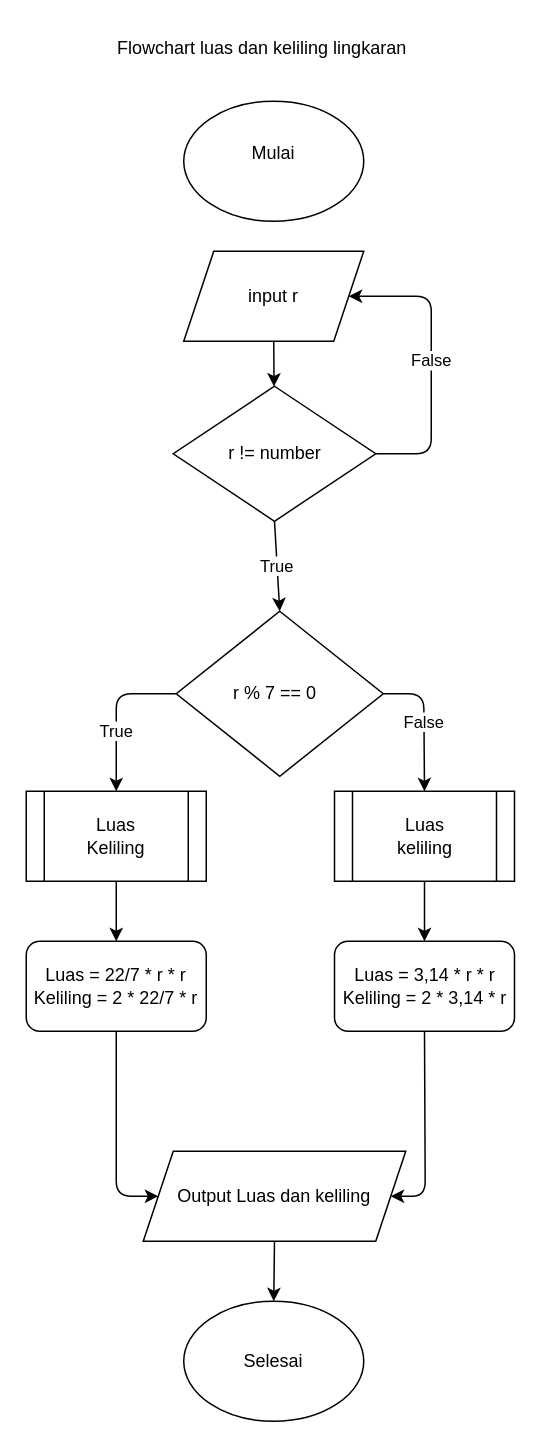
Earlier version of the draw.io diagram page "Flowchart luas dan keliling lingkaran" (2 of 2) of tugas5.drawio (wisnu318/fwg17-computer-science). Source tidied: cells renumbered, new cells numbered last; positions are measured from the earlier drawing's top-left corner, leaving out a move shared by most shapes. Both pictures are drawn from the tidied source at 150%, with x=0, y=0 at pixel (26, 26).
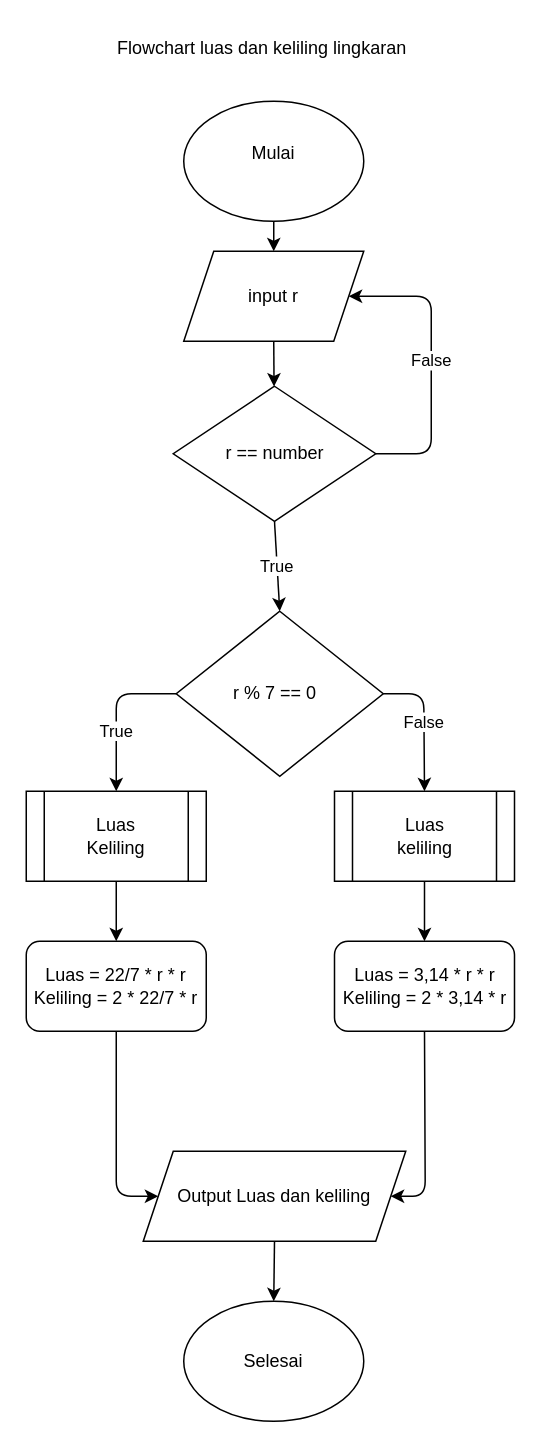
Above is the later version.

The change refers to these unchanged cells:
```xml
<mxCell id="3" style="ellipse;whiteSpace=wrap;html=1;" parent="1" vertex="1">
  <mxGeometry x="105" y="50" width="120" height="80" as="geometry" />
</mxCell>
<mxCell id="6" style="shape=parallelogram;perimeter=parallelogramPerimeter;whiteSpace=wrap;html=1;fixedSize=1;" parent="1" vertex="1">
  <mxGeometry x="105" y="150" width="120" height="60" as="geometry" />
</mxCell>
```

Diff of the diagram source:
```diff
@@
+    <mxCell id="27" style="edgeStyle=none;html=1;exitX=0.5;exitY=1;exitDx=0;exitDy=0;entryX=0.5;entryY=0;entryDx=0;entryDy=0;" parent="1" edge="1" source="3" target="6">
+      <mxGeometry relative="1" as="geometry" />
+    </mxCell>
@@
-    <mxCell id="17" value="r != number" style="text;html=1;strokeColor=none;fillColor=none;align=center;verticalAlign=middle;whiteSpace=wrap;rounded=0;" parent="1" vertex="1">
+    <mxCell id="17" value="r == number" style="text;html=1;strokeColor=none;fillColor=none;align=center;verticalAlign=middle;whiteSpace=wrap;rounded=0;" parent="1" vertex="1">
       <mxGeometry x="125.5" y="270" width="80" height="30" as="geometry" />
     </mxCell>
```
